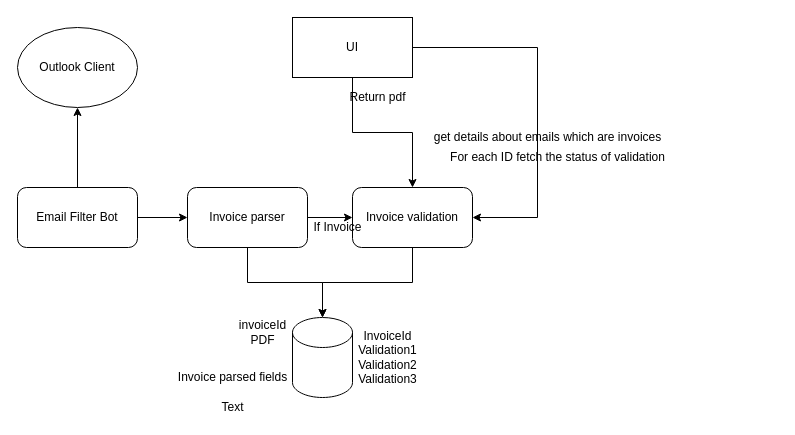
This is Invoice management/Invoice Management.drawio from pratikdimble/Diagram, a draw.io file, before an edit. Source tidied: cells renumbered, new cells numbered last; positions are measured from the earlier drawing's top-left corner, leaving out a move shared by most shapes. Both pictures are drawn from the tidied source at 100%, with x=0, y=0 at pixel (17, 17).
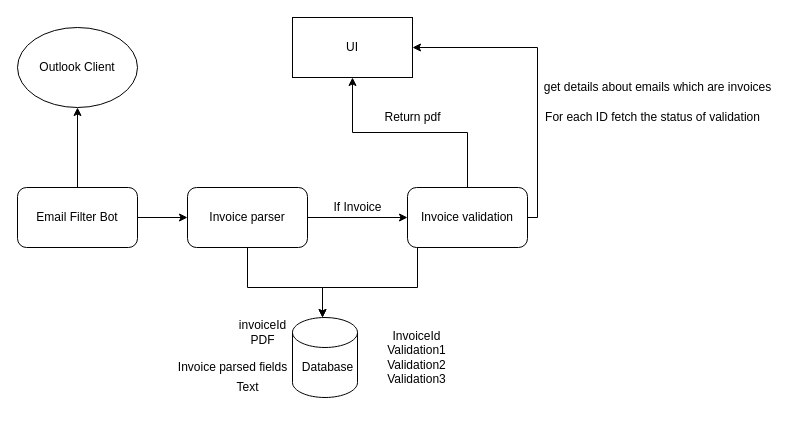
The same page after the edit.

Unchanged cells that the change refers to:
```xml
<mxCell id="4" value="UI" style="rounded=0;whiteSpace=wrap;html=1;" parent="1" vertex="1">
  <mxGeometry x="275" width="120" height="60" as="geometry" />
</mxCell>
<mxCell id="10" value="Invoice parser" style="rounded=1;whiteSpace=wrap;html=1;" parent="1" vertex="1">
  <mxGeometry x="170" y="170" width="120" height="60" as="geometry" />
</mxCell>
```

What changed in the source:
```diff
@@
-    <mxCell id="2" style="edgeStyle=orthogonalEdgeStyle;rounded=0;jettySize=auto;html=1;entryX=1;entryY=0.5;entryDx=0;entryDy=0;" parent="1" edge="1" source="4" target="12">
+    <mxCell id="2" style="edgeStyle=orthogonalEdgeStyle;rounded=0;jettySize=auto;html=1;exitX=1;exitY=0.5;exitDx=0;exitDy=0;" parent="1" edge="1" source="12" target="4">
       <mxGeometry relative="1" as="geometry">
         <Array as="points">
+          <mxPoint x="520" y="200" />
           <mxPoint x="520" y="30" />
-          <mxPoint x="520" y="200" />
         </Array>
       </mxGeometry>
     </mxCell>
-    <mxCell id="3" style="edgeStyle=orthogonalEdgeStyle;rounded=0;jettySize=auto;html=1;" parent="1" edge="1" source="4" target="12">
+    <mxCell id="3" style="edgeStyle=orthogonalEdgeStyle;rounded=0;jettySize=auto;html=1;" parent="1" edge="1" source="12" target="4">
       <mxGeometry relative="1" as="geometry" />
     </mxCell>
@@
     <mxCell id="9" style="edgeStyle=orthogonalEdgeStyle;rounded=0;jettySize=auto;html=1;" parent="1" edge="1" source="10" target="16">
-      <mxGeometry relative="1" as="geometry" />
+      <mxGeometry relative="1" as="geometry">
+        <Array as="points">
+          <mxPoint x="230" y="270" />
+          <mxPoint x="305" y="270" />
+        </Array>
+      </mxGeometry>
     </mxCell>
@@
     <mxCell id="11" style="edgeStyle=orthogonalEdgeStyle;rounded=0;jettySize=auto;html=1;" parent="1" edge="1" source="12" target="16">
-      <mxGeometry relative="1" as="geometry" />
+      <mxGeometry relative="1" as="geometry">
+        <Array as="points">
+          <mxPoint x="400" y="270" />
+          <mxPoint x="305" y="270" />
+        </Array>
+      </mxGeometry>
     </mxCell>
     <mxCell id="12" value="Invoice validation" style="rounded=1;whiteSpace=wrap;html=1;" parent="1" vertex="1">
-      <mxGeometry x="335" y="170" width="120" height="60" as="geometry" />
+      <mxGeometry x="390" y="170" width="120" height="60" as="geometry" />
     </mxCell>
     <mxCell id="13" value="get details about emails which are invoices" style="text;html=1;align=center;verticalAlign=middle;strokeColor=none;fillColor=none;" parent="1" vertex="1">
-      <mxGeometry x="410" y="110" width="240" height="20" as="geometry" />
+      <mxGeometry x="520" y="60" width="240" height="20" as="geometry" />
     </mxCell>
     <mxCell id="14" value="For each ID fetch the status of validation" style="text;html=1;align=center;verticalAlign=middle;strokeColor=none;fillColor=none;" parent="1" vertex="1">
-      <mxGeometry x="425" y="130" width="230" height="20" as="geometry" />
+      <mxGeometry x="520" y="90" width="230" height="20" as="geometry" />
     </mxCell>
@@
     <mxCell id="16" style="shape=cylinder3;whiteSpace=wrap;html=1;boundedLbl=1;backgroundOutline=1;size=15;" parent="1" vertex="1">
-      <mxGeometry x="275" y="300" width="60" height="80" as="geometry" />
+      <mxGeometry x="275" y="300" width="65" height="80" as="geometry" />
     </mxCell>
     <mxCell id="17" value="If Invoice" style="text;html=1;align=center;verticalAlign=middle;strokeColor=none;fillColor=none;" parent="1" vertex="1">
-      <mxGeometry x="290" y="200" width="60" height="20" as="geometry" />
+      <mxGeometry x="310" y="180" width="60" height="20" as="geometry" />
     </mxCell>
     <mxCell id="18" value="InvoiceId&lt;br&gt;Validation1&lt;br&gt;Validation2&lt;br&gt;Validation3" style="text;html=1;align=center;verticalAlign=middle;strokeColor=none;fillColor=none;" parent="1" vertex="1">
-      <mxGeometry x="335" y="310" width="70" height="60" as="geometry" />
+      <mxGeometry x="364" y="310" width="70" height="60" as="geometry" />
     </mxCell>
     <mxCell id="19" value="Return pdf" style="text;html=1;align=center;verticalAlign=middle;strokeColor=none;fillColor=none;" parent="1" vertex="1">
-      <mxGeometry x="325" y="70" width="70" height="20" as="geometry" />
+      <mxGeometry x="360" y="90" width="70" height="20" as="geometry" />
     </mxCell>
     <mxCell id="20" value="Invoice parsed fields&lt;br&gt;" style="text;html=1;align=center;verticalAlign=middle;strokeColor=none;fillColor=none;" parent="1" vertex="1">
-      <mxGeometry x="155" y="350" width="120" height="20" as="geometry" />
+      <mxGeometry x="155" y="340" width="120" height="20" as="geometry" />
     </mxCell>
@@
     <mxCell id="22" value="Text" style="text;html=1;align=center;verticalAlign=middle;strokeColor=none;fillColor=none;" parent="1" vertex="1">
-      <mxGeometry x="195" y="380" width="40" height="20" as="geometry" />
+      <mxGeometry x="210" y="360" width="40" height="20" as="geometry" />
     </mxCell>
+    <mxCell id="23" value="Database" style="text;html=1;align=center;verticalAlign=middle;strokeColor=none;fillColor=none;" parent="1" vertex="1">
+      <mxGeometry x="275" y="340" width="70" height="20" as="geometry" />
+    </mxCell>
```
